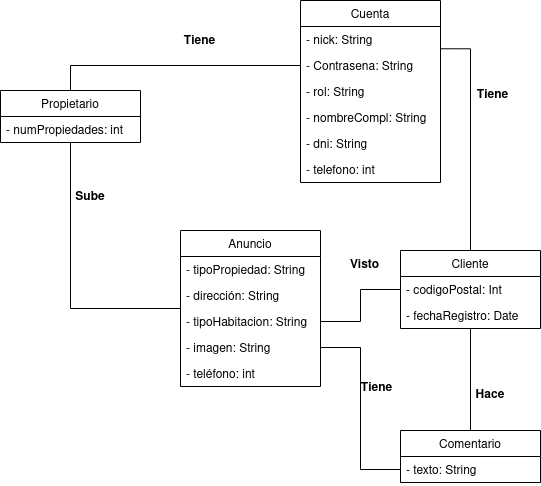
The draw.io diagram img/Diagrama de clases.drawio.png in nuhazet6/APC-and-Rent, before a commit. Source tidied: cells renumbered, new cells last; positions are measured from the earlier drawing's top-left corner, leaving out a move shared by most shapes.
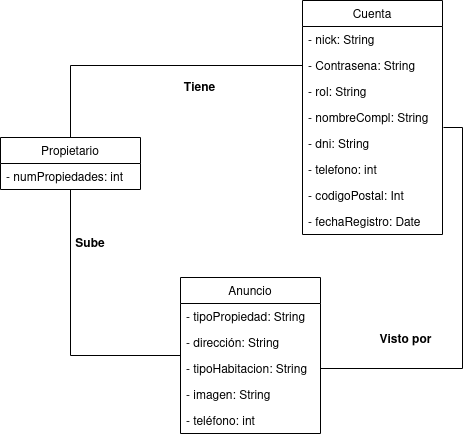
The same file after the commit.

The edit, as a diff of the source:
```diff
@@ -3,7 +3,7 @@
     <mxCell id="0" />
     <mxCell id="1" parent="0" />
     <mxCell id="2" value="Cuenta" style="swimlane;fontStyle=0;horizontal=1;startSize=26;fillColor=none;" parent="1" vertex="1">
-      <mxGeometry x="300" width="140" height="182" as="geometry" />
+      <mxGeometry x="302" y="-47" width="140" height="234" as="geometry" />
     </mxCell>
     <mxCell id="3" value="- nick: String" style="text;strokeColor=none;fillColor=none;align=left;verticalAlign=top;spacingLeft=4;spacingRight=4;overflow=hidden;" parent="2" vertex="1">
       <mxGeometry y="26" width="140" height="26" as="geometry" />
@@ -23,20 +23,11 @@
     <mxCell id="8" value="- telefono: int" style="text;strokeColor=none;fillColor=none;align=left;verticalAlign=top;spacingLeft=4;spacingRight=4;overflow=hidden;" parent="2" vertex="1">
       <mxGeometry y="156" width="140" height="26" as="geometry" />
     </mxCell>
-    <mxCell id="9" style="edgeStyle=orthogonalEdgeStyle;rounded=0;jettySize=auto;html=1;entryX=0.5;entryY=0;entryDx=0;entryDy=0;endArrow=none;endFill=0;" parent="1" edge="1" source="11" target="24">
-      <mxGeometry relative="1" as="geometry" />
-    </mxCell>
-    <mxCell id="10" style="edgeStyle=orthogonalEdgeStyle;rounded=0;jettySize=auto;html=1;entryX=1.001;entryY=-0.143;entryDx=0;entryDy=0;entryPerimeter=0;endArrow=none;endFill=0;" parent="1" edge="1" source="11" target="4">
-      <mxGeometry relative="1" as="geometry" />
-    </mxCell>
-    <mxCell id="11" value="Cliente" style="swimlane;fontStyle=0;horizontal=1;startSize=26;fillColor=none;" parent="1" vertex="1">
-      <mxGeometry x="400" y="250" width="140" height="78" as="geometry" />
-    </mxCell>
-    <mxCell id="12" value="- codigoPostal: Int" style="text;strokeColor=none;fillColor=none;align=left;verticalAlign=top;spacingLeft=4;spacingRight=4;overflow=hidden;points=[[0,0.5],[1,0.5]];portConstraint=eastwest;" parent="11" vertex="1">
-      <mxGeometry y="26" width="140" height="26" as="geometry" />
+    <mxCell id="12" value="- codigoPostal: Int" style="text;strokeColor=none;fillColor=none;align=left;verticalAlign=top;spacingLeft=4;spacingRight=4;overflow=hidden;points=[[0,0.5],[1,0.5]];portConstraint=eastwest;" parent="2" vertex="1">
+      <mxGeometry y="182" width="140" height="26" as="geometry" />
     </mxCell>
-    <mxCell id="13" value="- fechaRegistro: Date" style="text;strokeColor=none;fillColor=none;align=left;verticalAlign=top;spacingLeft=4;spacingRight=4;overflow=hidden;" parent="11" vertex="1">
-      <mxGeometry y="52" width="140" height="26" as="geometry" />
+    <mxCell id="13" value="- fechaRegistro: Date" style="text;strokeColor=none;fillColor=none;align=left;verticalAlign=top;spacingLeft=4;spacingRight=4;overflow=hidden;" parent="2" vertex="1">
+      <mxGeometry y="208" width="140" height="26" as="geometry" />
     </mxCell>
     <mxCell id="14" style="edgeStyle=orthogonalEdgeStyle;rounded=0;jettySize=auto;html=1;entryX=0;entryY=0.5;entryDx=0;entryDy=0;endArrow=none;endFill=0;" parent="1" edge="1" source="15" target="4">
       <mxGeometry relative="1" as="geometry" />
@@ -68,35 +59,17 @@
     <mxCell id="23" value="- teléfono: int" style="text;strokeColor=none;fillColor=none;align=left;verticalAlign=top;spacingLeft=4;spacingRight=4;overflow=hidden;" parent="18" vertex="1">
       <mxGeometry y="130" width="140" height="26" as="geometry" />
     </mxCell>
-    <mxCell id="24" value="Comentario" style="swimlane;fontStyle=0;horizontal=1;startSize=26;fillColor=none;" parent="1" vertex="1">
-      <mxGeometry x="400" y="430" width="140" height="52" as="geometry" />
-    </mxCell>
-    <mxCell id="25" value="- texto: String" style="text;strokeColor=none;fillColor=none;align=left;verticalAlign=top;spacingLeft=4;spacingRight=4;overflow=hidden;points=[[0,0.5],[1,0.5]];portConstraint=eastwest;" parent="24" vertex="1">
-      <mxGeometry y="26" width="140" height="26" as="geometry" />
-    </mxCell>
-    <mxCell id="26" style="edgeStyle=orthogonalEdgeStyle;rounded=0;jettySize=auto;html=1;entryX=0;entryY=0.5;entryDx=0;entryDy=0;endArrow=none;endFill=0;" parent="1" edge="1" source="21" target="12">
+    <mxCell id="26" style="edgeStyle=orthogonalEdgeStyle;rounded=0;jettySize=auto;html=1;entryX=1.007;entryY=0.885;entryDx=0;entryDy=0;endArrow=none;endFill=0;entryPerimeter=0;" parent="1" edge="1" source="21" target="6">
       <mxGeometry relative="1" as="geometry" />
     </mxCell>
-    <mxCell id="27" style="edgeStyle=orthogonalEdgeStyle;rounded=0;jettySize=auto;html=1;entryX=1;entryY=0.5;entryDx=0;entryDy=0;endArrow=none;endFill=0;" parent="1" edge="1" source="25" target="22">
-      <mxGeometry relative="1" as="geometry" />
-    </mxCell>
     <mxCell id="28" value="Sube" style="text;align=center;fontStyle=1;verticalAlign=middle;spacingLeft=3;spacingRight=3;strokeColor=none;" parent="1" vertex="1">
       <mxGeometry x="50" y="182" width="80" height="26" as="geometry" />
     </mxCell>
-    <mxCell id="29" value="Hace" style="text;align=center;fontStyle=1;verticalAlign=middle;spacingLeft=3;spacingRight=3;strokeColor=none;" parent="1" vertex="1">
-      <mxGeometry x="450" y="380" width="80" height="26" as="geometry" />
-    </mxCell>
-    <mxCell id="30" value="&lt;b&gt;Visto&lt;/b&gt;" style="text;html=1;align=center;verticalAlign=middle;strokeColor=none;fillColor=none;" parent="1" vertex="1">
-      <mxGeometry x="344" y="256" width="39" height="18" as="geometry" />
+    <mxCell id="30" value="&lt;b&gt;Visto por&lt;/b&gt;" style="text;html=1;align=center;verticalAlign=middle;strokeColor=none;fillColor=none;" parent="1" vertex="1">
+      <mxGeometry x="374" y="284" width="62" height="18" as="geometry" />
     </mxCell>
-    <mxCell id="31" value="&lt;b&gt;Tiene&lt;/b&gt;" style="text;html=1;align=center;verticalAlign=middle;strokeColor=none;fillColor=none;" parent="1" vertex="1">
-      <mxGeometry x="471" y="86" width="41" height="18" as="geometry" />
-    </mxCell>
     <mxCell id="32" value="&lt;b&gt;Tiene&lt;/b&gt;" style="text;html=1;align=center;verticalAlign=middle;strokeColor=none;fillColor=none;" parent="1" vertex="1">
       <mxGeometry x="178" y="32" width="41" height="18" as="geometry" />
     </mxCell>
-    <mxCell id="33" value="&lt;b&gt;Tiene&lt;/b&gt;" style="text;html=1;align=center;verticalAlign=middle;strokeColor=none;fillColor=none;" parent="1" vertex="1">
-      <mxGeometry x="355" y="379" width="41" height="18" as="geometry" />
-    </mxCell>
   </root>
 </mxGraphModel>
```
